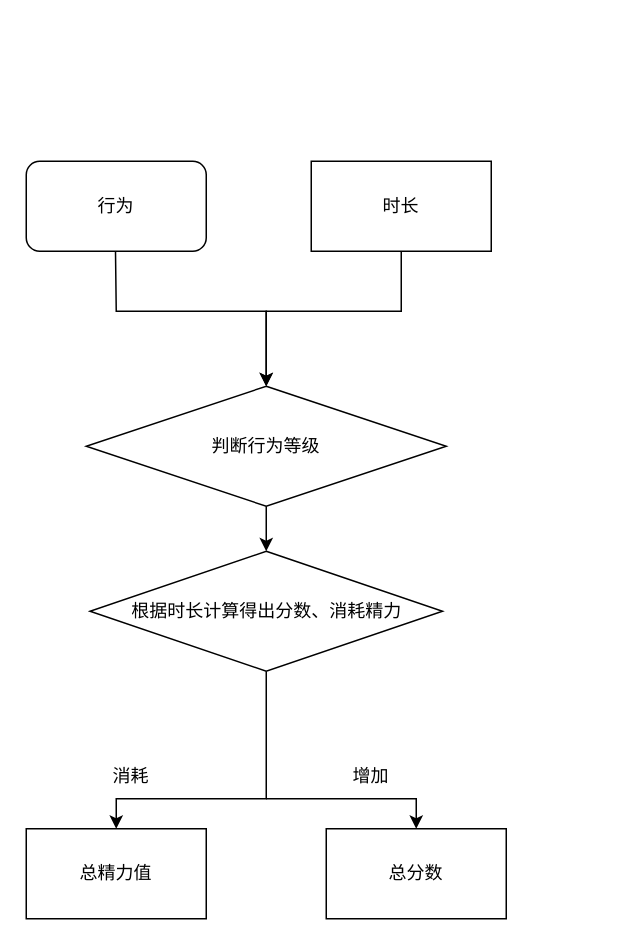
Earlier version of the draw.io diagram page "1.0" (1 of 2) of OneDay.drawio (we1how/draw.io). Source tidied: cells renumbered, new cells numbered last; positions are measured from the earlier drawing's top-left corner, leaving out a move shared by most shapes. Both pictures are drawn from the tidied source at 150%, with x=0, y=0 at pixel (26, 160).
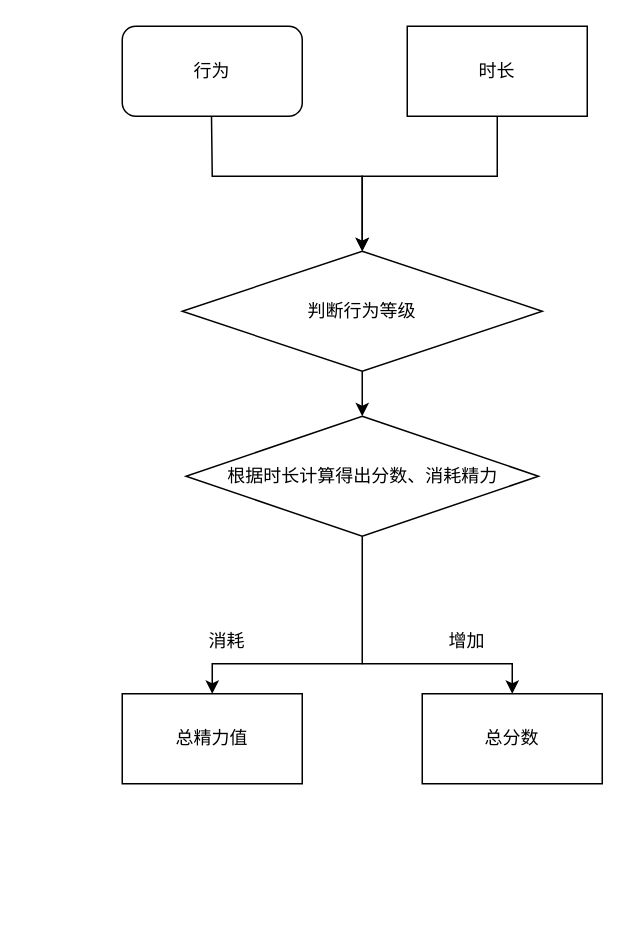
After the change.

What changed in the source:
```diff
@@
+    <mxCell id="15" style="group;" parent="1" vertex="1">
+      <mxGeometry x="64" y="-90" width="320" height="505" as="geometry" />
+    </mxCell>
-    <mxCell id="2" value="总精力值" style="rounded=0;whiteSpace=wrap;html=1;" parent="1" vertex="1">
+    <mxCell id="2" value="总精力值" style="rounded=0;whiteSpace=wrap;html=1;" parent="15" vertex="1">
       <mxGeometry y="445" width="120" height="60" as="geometry" />
     </mxCell>
-    <mxCell id="3" value="总分数" style="rounded=0;whiteSpace=wrap;html=1;" parent="1" vertex="1">
+    <mxCell id="3" value="总分数" style="rounded=0;whiteSpace=wrap;html=1;" parent="15" vertex="1">
       <mxGeometry x="200" y="445" width="120" height="60" as="geometry" />
     </mxCell>
-    <mxCell id="4" value="行为" style="rounded=1;whiteSpace=wrap;html=1;" parent="1" vertex="1">
+    <mxCell id="4" value="行为" style="rounded=1;whiteSpace=wrap;html=1;" parent="15" vertex="1">
       <mxGeometry width="120" height="60" as="geometry" />
     </mxCell>
-    <mxCell id="5" style="edgeStyle=orthogonalEdgeStyle;rounded=0;jettySize=auto;html=1;exitX=0.5;exitY=1;exitDx=0;exitDy=0;entryX=0.5;entryY=0;entryDx=0;entryDy=0;" parent="1" edge="1" source="6" target="14">
+    <mxCell id="5" style="edgeStyle=orthogonalEdgeStyle;rounded=0;jettySize=auto;html=1;exitX=0.5;exitY=1;exitDx=0;exitDy=0;entryX=0.5;entryY=0;entryDx=0;entryDy=0;" parent="15" edge="1" source="6" target="14">
       <mxGeometry relative="1" as="geometry" />
     </mxCell>
-    <mxCell id="6" value="判断行为等级" style="rhombus;whiteSpace=wrap;html=1;" parent="1" vertex="1">
+    <mxCell id="6" value="判断行为等级" style="rhombus;whiteSpace=wrap;html=1;" parent="15" vertex="1">
       <mxGeometry x="40" y="150" width="240" height="80" as="geometry" />
     </mxCell>
-    <mxCell id="7" style="endArrow=classic;html=1;rounded=0;entryX=0.5;entryY=0;entryDx=0;entryDy=0;" parent="1" edge="1" target="6">
+    <mxCell id="7" style="endArrow=classic;html=1;rounded=0;entryX=0.5;entryY=0;entryDx=0;entryDy=0;" parent="15" edge="1" target="6">
       <mxGeometry relative="1" as="geometry">
         <mxPoint x="59.5" y="60" as="sourcePoint" />
         <Array as="points">
           <mxPoint x="60" y="100" />
           <mxPoint x="160" y="100" />
         </Array>
       </mxGeometry>
     </mxCell>
-    <mxCell id="8" style="endArrow=classic;html=1;rounded=0;exitX=0.5;exitY=1;exitDx=0;exitDy=0;entryX=0.5;entryY=0;entryDx=0;entryDy=0;" parent="1" edge="1" source="13" target="6">
+    <mxCell id="8" style="endArrow=classic;html=1;rounded=0;exitX=0.5;exitY=1;exitDx=0;exitDy=0;entryX=0.5;entryY=0;entryDx=0;entryDy=0;" parent="15" edge="1" source="13" target="6">
       <mxGeometry relative="1" as="geometry">
         <Array as="points">
           <mxPoint x="250" y="100" />
           <mxPoint x="160" y="100" />
         </Array>
       </mxGeometry>
     </mxCell>
-    <mxCell id="9" style="endArrow=classic;html=1;rounded=0;entryX=0.5;entryY=0;entryDx=0;entryDy=0;" parent="1" edge="1">
+    <mxCell id="9" style="endArrow=classic;html=1;rounded=0;entryX=0.5;entryY=0;entryDx=0;entryDy=0;" parent="15" edge="1">
       <mxGeometry relative="1" as="geometry">
         <mxPoint x="160" y="340" as="sourcePoint" />
         <mxPoint x="60" y="445" as="targetPoint" />
         <Array as="points">
           <mxPoint x="160" y="425" />
           <mxPoint x="60" y="425" />
         </Array>
       </mxGeometry>
     </mxCell>
-    <mxCell id="10" style="endArrow=classic;html=1;rounded=0;entryX=0.5;entryY=0;entryDx=0;entryDy=0;" parent="1" edge="1" target="3">
+    <mxCell id="10" style="endArrow=classic;html=1;rounded=0;entryX=0.5;entryY=0;entryDx=0;entryDy=0;" parent="15" edge="1" target="3">
       <mxGeometry relative="1" as="geometry">
         <mxPoint x="160" y="425" as="sourcePoint" />
         <Array as="points">
           <mxPoint x="260" y="425" />
         </Array>
       </mxGeometry>
     </mxCell>
-    <mxCell id="11" value="增加" style="text;html=1;whiteSpace=wrap;strokeColor=none;fillColor=none;align=center;verticalAlign=middle;rounded=0;" parent="1" vertex="1">
+    <mxCell id="11" value="增加" style="text;html=1;whiteSpace=wrap;align=center;verticalAlign=middle;rounded=0;" parent="15" vertex="1">
       <mxGeometry x="200" y="395" width="60" height="30" as="geometry" />
     </mxCell>
-    <mxCell id="12" value="消耗" style="text;html=1;whiteSpace=wrap;strokeColor=none;fillColor=none;align=center;verticalAlign=middle;rounded=0;" parent="1" vertex="1">
+    <mxCell id="12" value="消耗" style="text;html=1;whiteSpace=wrap;align=center;verticalAlign=middle;rounded=0;" parent="15" vertex="1">
       <mxGeometry x="40" y="395" width="60" height="30" as="geometry" />
     </mxCell>
-    <mxCell id="13" value="时长" style="rounded=0;whiteSpace=wrap;html=1;" parent="1" vertex="1">
+    <mxCell id="13" value="时长" style="rounded=0;whiteSpace=wrap;html=1;" parent="15" vertex="1">
       <mxGeometry x="190" width="120" height="60" as="geometry" />
     </mxCell>
-    <mxCell id="14" value="根据时长计算得出分数、消耗精力" style="rhombus;whiteSpace=wrap;html=1;" parent="1" vertex="1">
+    <mxCell id="14" value="根据时长计算得出分数、消耗精力" style="rhombus;whiteSpace=wrap;html=1;" parent="15" vertex="1">
       <mxGeometry x="42.5" y="260" width="235" height="80" as="geometry" />
     </mxCell>
```
